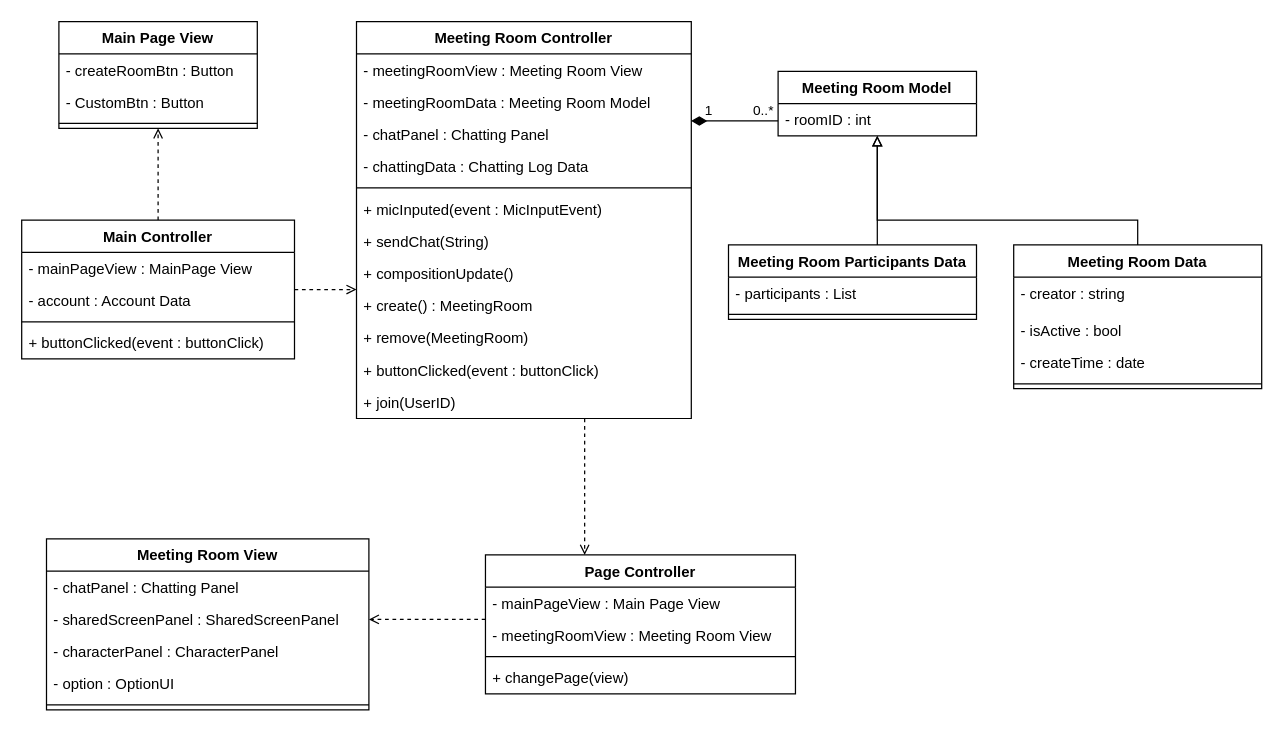
ONFFLine/Diagram keeps this draw.io diagram as CD1.drawio. Above is the earlier version. Source tidied: cells renumbered, new cells numbered last; positions are measured from the earlier drawing's top-left corner, leaving out a move shared by most shapes. Both pictures are drawn from the tidied source at 124%, with x=0, y=0 at pixel (21, 21).
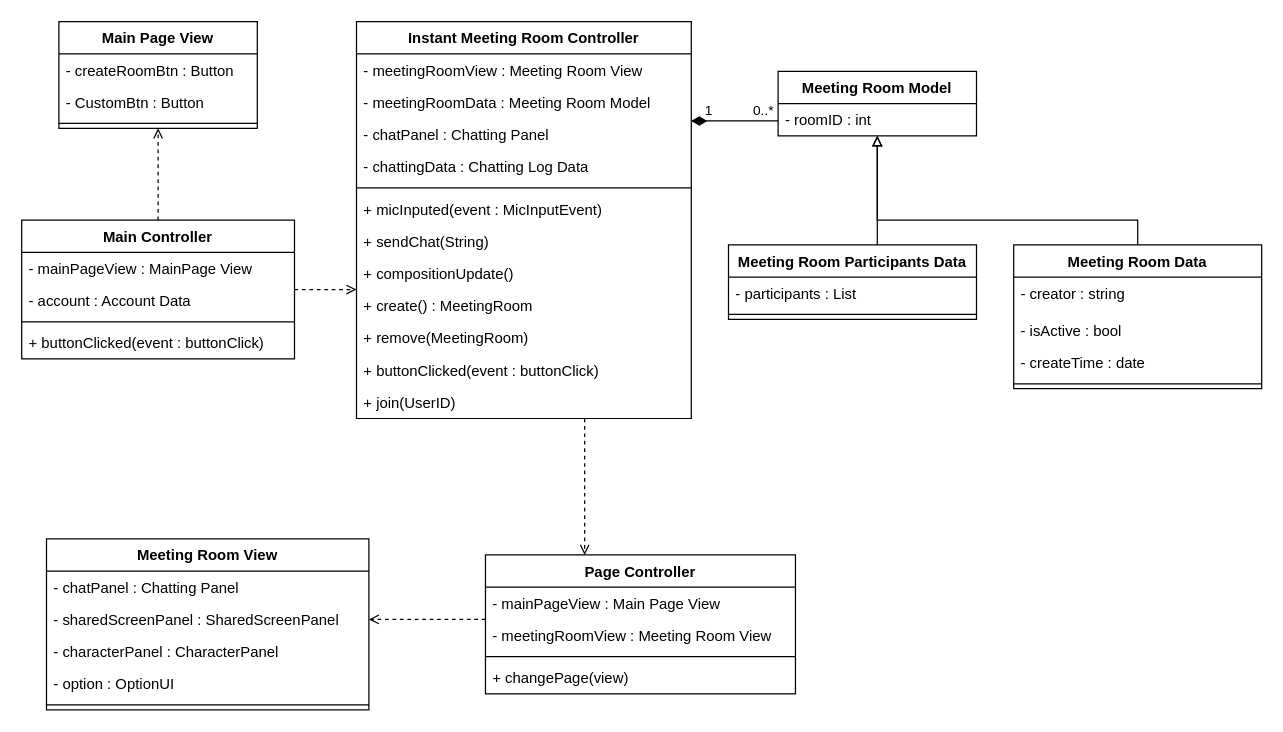
Above is the later version.

Commit message:
add Instant_MeetingRoom

The edit, as a diff of the source:
```diff
@@
-    <mxCell id="3" value="Meeting Room Controller" style="swimlane;fontStyle=1;align=center;verticalAlign=top;horizontal=1;startSize=26;" parent="1" vertex="1">
+    <mxCell id="3" value="Instant Meeting Room Controller" style="swimlane;fontStyle=1;align=center;verticalAlign=top;horizontal=1;startSize=26;" parent="1" vertex="1">
       <mxGeometry x="270" width="270" height="320" as="geometry" />
     </mxCell>
```
